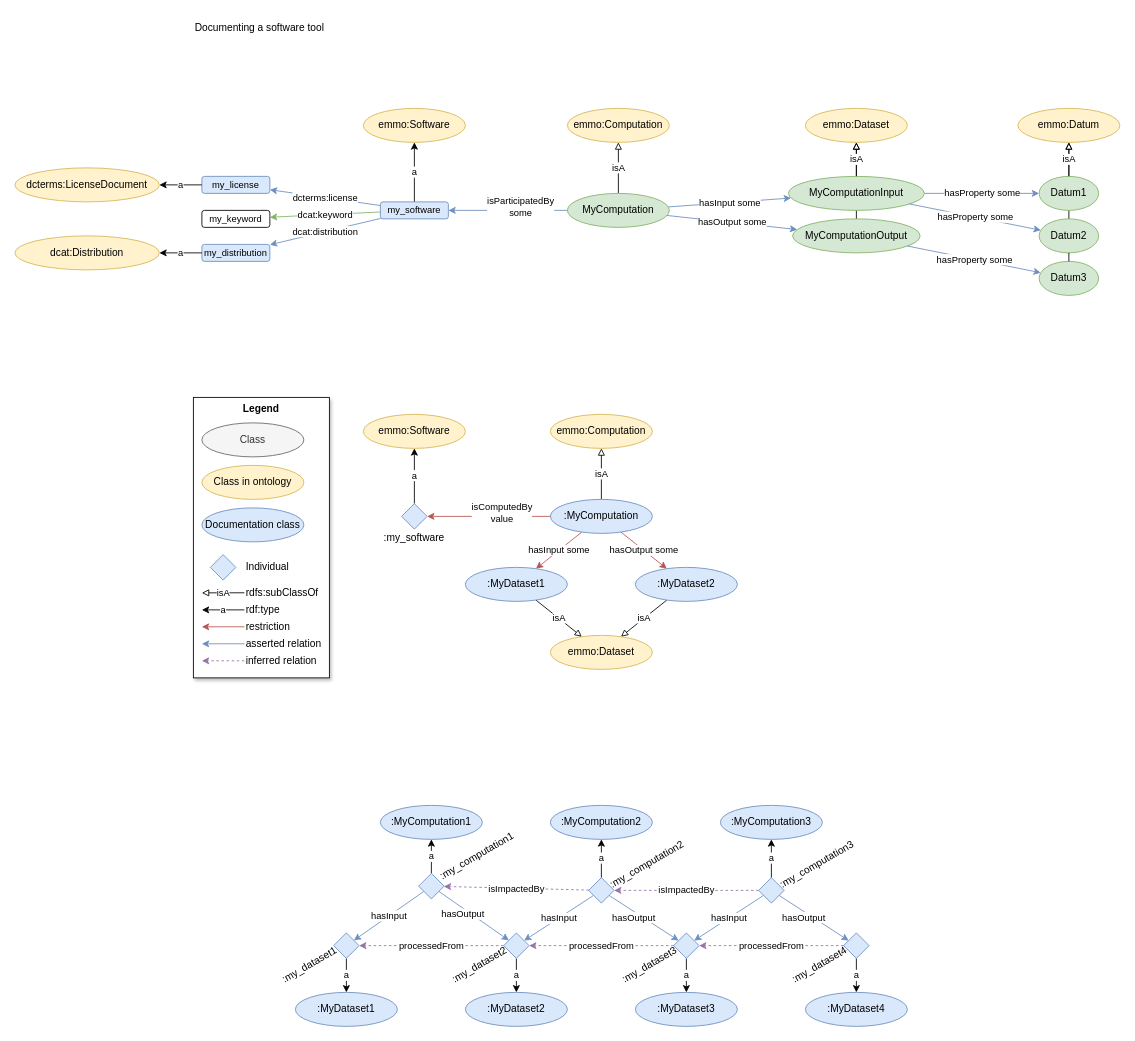
Before: page "Page-1" (1 of 2) of tutorial/figs/matchmaker-datadoc.drawio in HEU-MatCHMaker/DataDocumentation, a draw.io diagram. Source tidied: cells renumbered, new cells numbered last; positions are measured from the earlier drawing's top-left corner, leaving out a move shared by most shapes. Both pictures are drawn from the tidied source at 85%, with x=0, y=0 at pixel (14, 14).
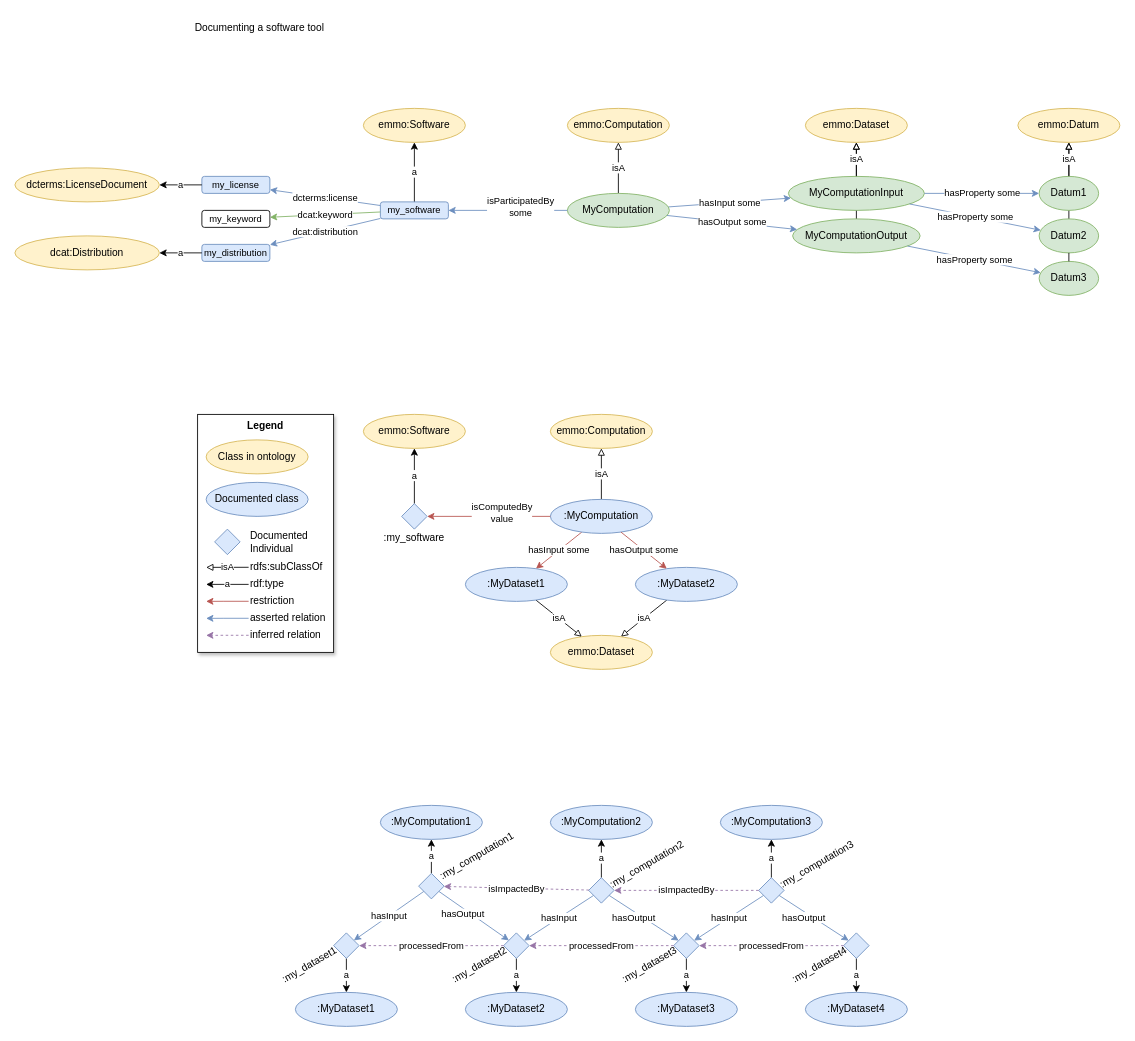
The same diagram, later.

The edit, as a diff of the source:
```diff
@@
     <mxCell id="2" value="&lt;b&gt;Legend&lt;/b&gt;" style="rounded=0;whiteSpace=wrap;html=1;verticalAlign=top;shadow=1;" parent="1" vertex="1">
-      <mxGeometry x="210" y="450" width="160" height="330" as="geometry" />
+      <mxGeometry x="215" y="470" width="160" height="280" as="geometry" />
     </mxCell>
@@
-    <mxCell id="51" value="Class" style="ellipse;whiteSpace=wrap;html=1;fillColor=#f5f5f5;strokeColor=#666666;fontColor=#333333;" parent="1" vertex="1">
-      <mxGeometry x="220" y="480" width="120" height="40" as="geometry" />
-    </mxCell>
     <mxCell id="52" value="Class in ontology" style="ellipse;whiteSpace=wrap;html=1;fillColor=#fff2cc;strokeColor=#d6b656;" parent="1" vertex="1">
-      <mxGeometry x="220" y="530" width="120" height="40" as="geometry" />
+      <mxGeometry x="225" y="500" width="120" height="40" as="geometry" />
     </mxCell>
-    <mxCell id="53" value="Documentation class" style="ellipse;whiteSpace=wrap;html=1;fillColor=#dae8fc;strokeColor=#6c8ebf;" parent="1" vertex="1">
-      <mxGeometry x="220" y="580" width="120" height="40" as="geometry" />
+    <mxCell id="53" value="Documented class" style="ellipse;whiteSpace=wrap;html=1;fillColor=#dae8fc;strokeColor=#6c8ebf;" parent="1" vertex="1">
+      <mxGeometry x="225" y="550" width="120" height="40" as="geometry" />
     </mxCell>
     <mxCell id="54" value="isA" style="edgeStyle=none;shape=connector;rounded=0;orthogonalLoop=1;jettySize=auto;html=1;labelBackgroundColor=default;strokeColor=default;fontFamily=Helvetica;fontSize=11;fontColor=default;endArrow=block;endFill=0;" parent="1" edge="1">
       <mxGeometry relative="1" as="geometry">
-        <mxPoint x="270" y="679.9" as="sourcePoint" />
-        <mxPoint x="220" y="680" as="targetPoint" />
+        <mxPoint x="275" y="649.9" as="sourcePoint" />
+        <mxPoint x="225" y="650" as="targetPoint" />
       </mxGeometry>
     </mxCell>
     <mxCell id="55" value="a" style="edgeStyle=none;shape=connector;rounded=0;orthogonalLoop=1;jettySize=auto;html=1;labelBackgroundColor=default;strokeColor=default;fontFamily=Helvetica;fontSize=11;fontColor=default;endArrow=classic;endFill=1;" parent="1" edge="1">
       <mxGeometry relative="1" as="geometry">
-        <mxPoint x="270" y="700" as="sourcePoint" />
-        <mxPoint x="220" y="700" as="targetPoint" />
+        <mxPoint x="275" y="670" as="sourcePoint" />
+        <mxPoint x="225" y="670" as="targetPoint" />
       </mxGeometry>
     </mxCell>
     <mxCell id="56" value="rdfs:subClassOf" style="text;html=1;strokeColor=none;fillColor=none;align=left;verticalAlign=middle;whiteSpace=wrap;rounded=0;" parent="1" vertex="1">
-      <mxGeometry x="270" y="670" width="100" height="20" as="geometry" />
+      <mxGeometry x="275" y="640" width="100" height="20" as="geometry" />
     </mxCell>
     <mxCell id="57" value="rdf:type" style="text;html=1;strokeColor=none;fillColor=none;align=left;verticalAlign=middle;whiteSpace=wrap;rounded=0;" parent="1" vertex="1">
-      <mxGeometry x="270" y="690" width="100" height="20" as="geometry" />
+      <mxGeometry x="275" y="660" width="100" height="20" as="geometry" />
     </mxCell>
     <mxCell id="58" style="edgeStyle=none;shape=connector;rounded=0;orthogonalLoop=1;jettySize=auto;html=1;labelBackgroundColor=default;strokeColor=#b85450;fontFamily=Helvetica;fontSize=11;fontColor=default;endArrow=classic;endFill=1;fillColor=#f8cecc;" parent="1" edge="1">
       <mxGeometry y="1" relative="1" as="geometry">
-        <mxPoint x="270" y="719.9" as="sourcePoint" />
-        <mxPoint x="220" y="720" as="targetPoint" />
+        <mxPoint x="275" y="689.9" as="sourcePoint" />
+        <mxPoint x="225" y="690" as="targetPoint" />
         <Array as="points">
-          <mxPoint x="240" y="719.9" />
+          <mxPoint x="245" y="689.9" />
         </Array>
       </mxGeometry>
     </mxCell>
     <mxCell id="59" value="restriction" style="text;html=1;strokeColor=none;fillColor=none;align=left;verticalAlign=middle;whiteSpace=wrap;rounded=0;" parent="1" vertex="1">
-      <mxGeometry x="270" y="710" width="100" height="20" as="geometry" />
+      <mxGeometry x="275" y="680" width="100" height="20" as="geometry" />
     </mxCell>
@@
     <mxCell id="80" style="edgeStyle=none;shape=connector;rounded=0;orthogonalLoop=1;jettySize=auto;html=1;labelBackgroundColor=default;strokeColor=#6c8ebf;fontFamily=Helvetica;fontSize=11;fontColor=default;endArrow=classic;endFill=1;fillColor=#dae8fc;" parent="1" edge="1">
       <mxGeometry y="1" relative="1" as="geometry">
-        <mxPoint x="270" y="739.9" as="sourcePoint" />
-        <mxPoint x="220" y="740" as="targetPoint" />
+        <mxPoint x="275" y="709.9" as="sourcePoint" />
+        <mxPoint x="225" y="710" as="targetPoint" />
         <Array as="points">
-          <mxPoint x="240" y="739.9" />
+          <mxPoint x="245" y="709.9" />
         </Array>
       </mxGeometry>
     </mxCell>
     <mxCell id="81" value="asserted relation" style="text;html=1;strokeColor=none;fillColor=none;align=left;verticalAlign=middle;whiteSpace=wrap;rounded=0;" parent="1" vertex="1">
-      <mxGeometry x="270" y="730" width="100" height="20" as="geometry" />
+      <mxGeometry x="275" y="700" width="100" height="20" as="geometry" />
     </mxCell>
@@
-    <mxCell id="83" value="Individual" style="text;html=1;strokeColor=none;fillColor=none;align=left;verticalAlign=middle;whiteSpace=wrap;rounded=0;shadow=1;" parent="1" vertex="1">
-      <mxGeometry x="270" y="640" width="80" height="20" as="geometry" />
+    <mxCell id="83" value="Documented&lt;div&gt;Individual&lt;/div&gt;" style="text;html=1;strokeColor=none;fillColor=none;align=left;verticalAlign=middle;whiteSpace=wrap;rounded=0;shadow=1;" parent="1" vertex="1">
+      <mxGeometry x="275" y="610" width="80" height="20" as="geometry" />
     </mxCell>
@@
     <mxCell id="85" style="rhombus;whiteSpace=wrap;html=1;shadow=0;fillColor=#dae8fc;strokeColor=#6c8ebf;" parent="1" vertex="1">
-      <mxGeometry x="230" y="635" width="30" height="30" as="geometry" />
+      <mxGeometry x="235" y="605" width="30" height="30" as="geometry" />
     </mxCell>
@@
     <mxCell id="105" style="edgeStyle=none;shape=connector;rounded=0;orthogonalLoop=1;jettySize=auto;html=1;labelBackgroundColor=default;strokeColor=#9673a6;fontFamily=Helvetica;fontSize=11;fontColor=default;endArrow=classic;endFill=1;fillColor=#e1d5e7;dashed=1;" parent="1" edge="1">
       <mxGeometry y="1" relative="1" as="geometry">
-        <mxPoint x="270" y="759.9" as="sourcePoint" />
-        <mxPoint x="220" y="760" as="targetPoint" />
+        <mxPoint x="275" y="729.9" as="sourcePoint" />
+        <mxPoint x="225" y="730" as="targetPoint" />
         <Array as="points">
-          <mxPoint x="240" y="759.9" />
+          <mxPoint x="245" y="729.9" />
         </Array>
       </mxGeometry>
     </mxCell>
     <mxCell id="106" value="inferred relation" style="text;html=1;strokeColor=none;fillColor=none;align=left;verticalAlign=middle;whiteSpace=wrap;rounded=0;" parent="1" vertex="1">
-      <mxGeometry x="270" y="750" width="100" height="20" as="geometry" />
+      <mxGeometry x="275" y="720" width="100" height="20" as="geometry" />
     </mxCell>
```
